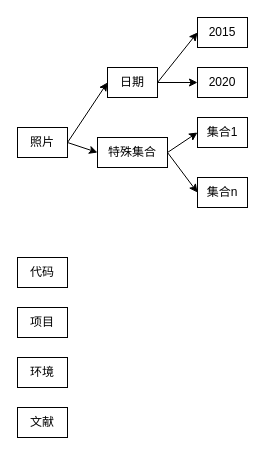
Before: 文件夹框架.drawio in undinuanao/-, a draw.io diagram. Source tidied: cells renumbered, new cells numbered last; positions are measured from the earlier drawing's top-left corner, leaving out a move shared by most shapes. Both pictures are drawn from the tidied source at 100%, with x=0, y=0 at pixel (17, 17).
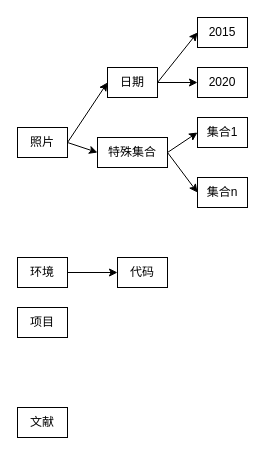
After the change.

Commit message (it also covers changes not shown here):
更新文件夹框架.drawio

Change to the diagram source:
```diff
@@
 <mxGraphModel>
   <root>
     <mxCell id="0" />
     <mxCell id="1" parent="0" />
     <mxCell id="2" value="照片" style="rounded=0;whiteSpace=wrap;html=1;" parent="1" vertex="1">
       <mxGeometry y="110" width="50" height="30" as="geometry" />
     </mxCell>
     <mxCell id="3" value="日期" style="rounded=0;whiteSpace=wrap;html=1;" parent="1" vertex="1">
       <mxGeometry x="90" y="50" width="50" height="30" as="geometry" />
     </mxCell>
     <mxCell id="4" value="2015" style="rounded=0;whiteSpace=wrap;html=1;" parent="1" vertex="1">
       <mxGeometry x="180" width="50" height="30" as="geometry" />
     </mxCell>
     <mxCell id="5" value="2020" style="rounded=0;whiteSpace=wrap;html=1;" parent="1" vertex="1">
       <mxGeometry x="180" y="50" width="50" height="30" as="geometry" />
     </mxCell>
     <mxCell id="6" value="特殊集合" style="rounded=0;whiteSpace=wrap;html=1;" parent="1" vertex="1">
       <mxGeometry x="80" y="120" width="70" height="30" as="geometry" />
     </mxCell>
     <mxCell id="7" value="集合1" style="rounded=0;whiteSpace=wrap;html=1;" parent="1" vertex="1">
       <mxGeometry x="180" y="100" width="50" height="30" as="geometry" />
     </mxCell>
     <mxCell id="8" value="集合n" style="rounded=0;whiteSpace=wrap;html=1;" parent="1" vertex="1">
       <mxGeometry x="180" y="160" width="50" height="30" as="geometry" />
     </mxCell>
     <mxCell id="9" value="代码" style="rounded=0;whiteSpace=wrap;html=1;" parent="1" vertex="1">
-      <mxGeometry y="240" width="50" height="30" as="geometry" />
+      <mxGeometry x="100" y="240" width="50" height="30" as="geometry" />
     </mxCell>
     <mxCell id="10" style="endArrow=classic;html=1;exitX=1;exitY=0.5;exitDx=0;exitDy=0;entryX=0;entryY=0.5;entryDx=0;entryDy=0;" parent="1" edge="1" source="2" target="3">
       <mxGeometry relative="1" as="geometry" />
     </mxCell>
     <mxCell id="11" style="endArrow=classic;html=1;exitX=1;exitY=0.5;exitDx=0;exitDy=0;entryX=0;entryY=0.5;entryDx=0;entryDy=0;" parent="1" edge="1" source="2" target="6">
       <mxGeometry relative="1" as="geometry" />
     </mxCell>
     <mxCell id="12" style="endArrow=classic;html=1;exitX=1;exitY=0.5;exitDx=0;exitDy=0;entryX=0;entryY=0.5;entryDx=0;entryDy=0;" parent="1" edge="1" source="3" target="4">
       <mxGeometry relative="1" as="geometry" />
     </mxCell>
     <mxCell id="13" style="endArrow=classic;html=1;exitX=1;exitY=0.5;exitDx=0;exitDy=0;entryX=0;entryY=0.5;entryDx=0;entryDy=0;" parent="1" edge="1" source="3" target="5">
       <mxGeometry relative="1" as="geometry" />
     </mxCell>
     <mxCell id="14" style="endArrow=classic;html=1;exitX=1;exitY=0.5;exitDx=0;exitDy=0;entryX=0;entryY=0.5;entryDx=0;entryDy=0;" parent="1" edge="1" source="6" target="7">
       <mxGeometry relative="1" as="geometry" />
     </mxCell>
     <mxCell id="15" style="endArrow=classic;html=1;exitX=1;exitY=0.5;exitDx=0;exitDy=0;entryX=0;entryY=0.5;entryDx=0;entryDy=0;" parent="1" edge="1" source="6" target="8">
       <mxGeometry relative="1" as="geometry" />
     </mxCell>
     <mxCell id="16" value="项目" style="rounded=0;whiteSpace=wrap;html=1;" parent="1" vertex="1">
       <mxGeometry y="290" width="50" height="30" as="geometry" />
     </mxCell>
     <mxCell id="17" value="环境" style="rounded=0;whiteSpace=wrap;html=1;" parent="1" vertex="1">
-      <mxGeometry y="340" width="50" height="30" as="geometry" />
+      <mxGeometry y="240" width="50" height="30" as="geometry" />
     </mxCell>
     <mxCell id="18" value="文献" style="rounded=0;whiteSpace=wrap;html=1;" parent="1" vertex="1">
       <mxGeometry y="390" width="50" height="30" as="geometry" />
     </mxCell>
+    <mxCell id="19" style="endArrow=classic;html=1;exitX=1;exitY=0.5;exitDx=0;exitDy=0;entryX=0;entryY=0.5;entryDx=0;entryDy=0;" parent="1" edge="1" source="17" target="9">
+      <mxGeometry relative="1" as="geometry" />
+    </mxCell>
   </root>
 </mxGraphModel>
```
